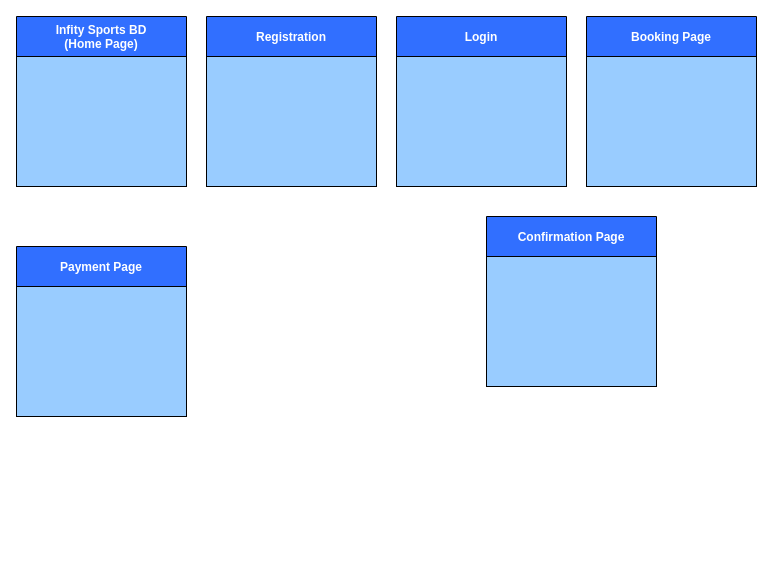
The draw.io diagram Untitled Diagram.drawio in Skippersquareroot100/Advvance-Database, before the edit. Source tidied: cells renumbered, new cells numbered last; positions are measured from the earlier drawing's top-left corner, leaving out a move shared by most shapes. Both pictures are drawn from the tidied source at 100%, with x=0, y=0 at pixel (16, 16).
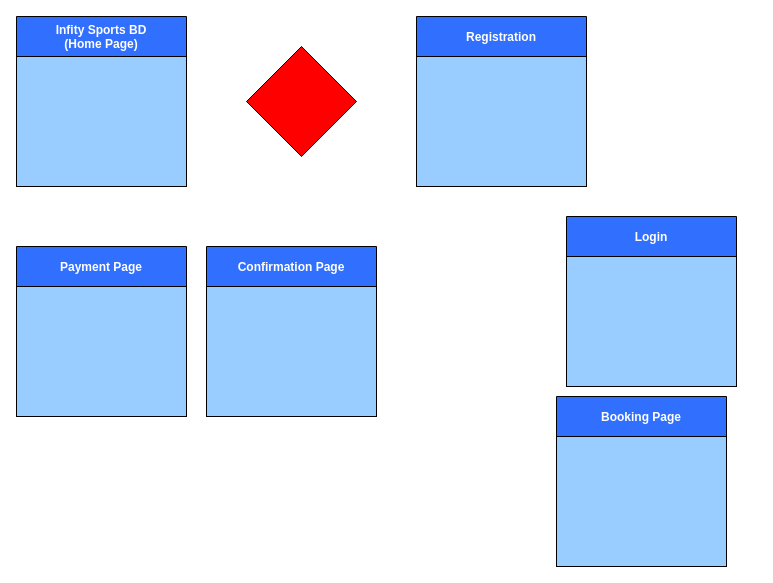
After the change.

Change to the diagram source:
```diff
@@
 <mxGraphModel>
   <root>
     <mxCell id="0" />
     <mxCell id="1" parent="0" />
     <mxCell id="2" value="Infity Sports BD&#10;(Home Page)" style="swimlane;startSize=40;fillColor=#316FFF;fontColor=#FFFFFF;" parent="1" vertex="1">
       <mxGeometry width="170" height="170" as="geometry" />
     </mxCell>
     <mxCell id="3" style="whiteSpace=wrap;html=1;fillColor=#99CCFF;" parent="2" vertex="1">
       <mxGeometry y="40" width="170" height="130" as="geometry" />
     </mxCell>
     <mxCell id="4" value="Booking Page" style="swimlane;startSize=40;fillColor=#316FFF;fontColor=#FFFFFF;" parent="1" vertex="1">
-      <mxGeometry x="570" width="170" height="170" as="geometry" />
+      <mxGeometry x="540" y="380" width="170" height="170" as="geometry" />
     </mxCell>
     <mxCell id="5" style="whiteSpace=wrap;html=1;fillColor=#99CCFF;" parent="4" vertex="1">
       <mxGeometry y="40" width="170" height="130" as="geometry" />
     </mxCell>
     <mxCell id="6" value="Confirmation Page" style="swimlane;startSize=40;fillColor=#316FFF;fontColor=#FFFFFF;" parent="1" vertex="1">
-      <mxGeometry x="470" y="200" width="170" height="170" as="geometry" />
+      <mxGeometry x="190" y="230" width="170" height="170" as="geometry" />
     </mxCell>
     <mxCell id="7" style="whiteSpace=wrap;html=1;fillColor=#99CCFF;" parent="6" vertex="1">
       <mxGeometry y="40" width="170" height="130" as="geometry" />
     </mxCell>
     <mxCell id="8" value="Registration" style="swimlane;startSize=40;fillColor=#316FFF;fontColor=#FFFFFF;" parent="1" vertex="1">
-      <mxGeometry x="190" width="170" height="170" as="geometry" />
+      <mxGeometry x="400" width="170" height="170" as="geometry" />
     </mxCell>
     <mxCell id="9" style="whiteSpace=wrap;html=1;fillColor=#99CCFF;" parent="8" vertex="1">
       <mxGeometry y="40" width="170" height="130" as="geometry" />
     </mxCell>
     <mxCell id="10" value="Payment Page" style="swimlane;startSize=40;fillColor=#316FFF;fontColor=#FFFFFF;" parent="1" vertex="1">
       <mxGeometry y="230" width="170" height="130" as="geometry" />
     </mxCell>
     <mxCell id="11" style="whiteSpace=wrap;html=1;fillColor=#99CCFF;" parent="10" vertex="1">
       <mxGeometry y="40" width="170" height="130" as="geometry" />
     </mxCell>
     <mxCell id="12" value="Login" style="swimlane;startSize=40;fillColor=#316FFF;fontColor=#FFFFFF;" parent="1" vertex="1">
-      <mxGeometry x="380" width="170" height="170" as="geometry" />
+      <mxGeometry x="550" y="200" width="170" height="170" as="geometry" />
     </mxCell>
     <mxCell id="13" style="whiteSpace=wrap;html=1;fillColor=#99CCFF;" parent="12" vertex="1">
       <mxGeometry y="40" width="170" height="130" as="geometry" />
     </mxCell>
+    <mxCell id="14" style="rhombus;whiteSpace=wrap;html=1;fillColor=#FF0000;" parent="1" vertex="1">
+      <mxGeometry x="230" y="30" width="110" height="110" as="geometry" />
+    </mxCell>
   </root>
 </mxGraphModel>
```
